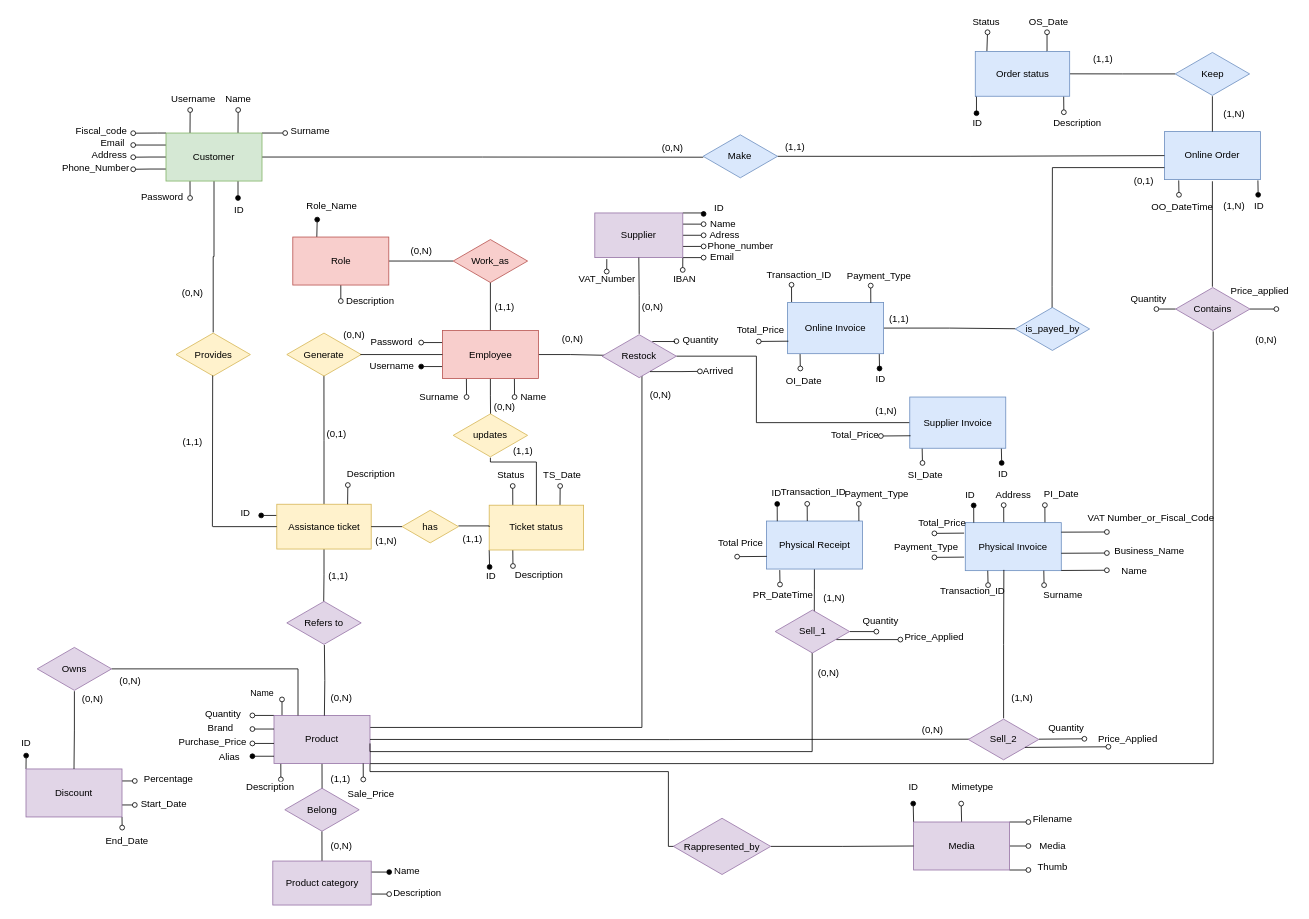
Before: Homework1/Schemas/ER_original.drawio in simonebastasin/Web-Applications-Project, a draw.io diagram. Source tidied: cells renumbered, new cells numbered last; positions are measured from the earlier drawing's top-left corner, leaving out a move shared by most shapes. Both pictures are drawn from the tidied source at 80%, with x=0, y=0 at pixel (14, 14).
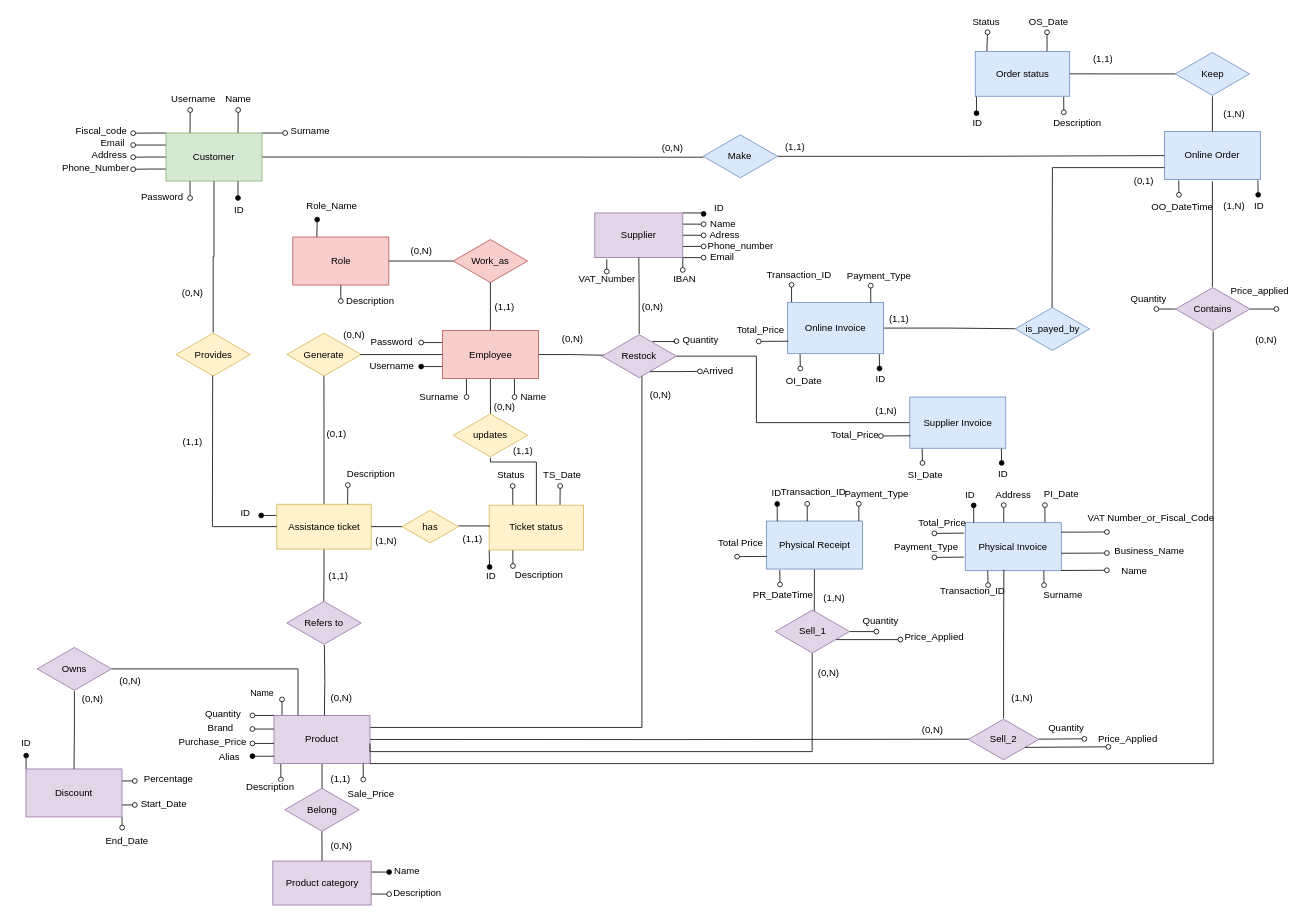
The same diagram, later.

Commit message (it also covers changes not shown here):
Restore the original version of ER and logicRs to e-team version, added features in the ER and LogicRS modified

The change refers to these unchanged cells:
```xml
<mxCell id="30" value="Product" style="rounded=0;whiteSpace=wrap;html=1;strokeColor=#9673a6;fillColor=#e1d5e7;labelBackgroundColor=none;" parent="1" vertex="1">
  <mxGeometry x="325" y="876.8" width="120" height="60" as="geometry" />
</mxCell>
```

Diff of the diagram source:
```diff
@@
-    <mxCell id="29" style="edgeStyle=orthogonalEdgeStyle;rounded=0;jettySize=auto;html=1;exitX=1;exitY=1;exitDx=0;exitDy=0;entryX=0.031;entryY=0.5;entryDx=0;entryDy=0;entryPerimeter=0;endArrow=none;endFill=0;" parent="1" edge="1" source="30" target="261">
-      <mxGeometry relative="1" as="geometry">
-        <Array as="points">
-          <mxPoint x="445" y="947" />
-          <mxPoint x="818" y="947" />
-          <mxPoint x="818" y="1040" />
-        </Array>
-      </mxGeometry>
-    </mxCell>
@@
-    <mxCell id="254" style="edgeStyle=orthogonalEdgeStyle;rounded=0;jettySize=auto;html=1;exitX=0;exitY=0;exitDx=0;exitDy=0;endArrow=oval;endFill=1;" parent="1" edge="1" source="259">
-      <mxGeometry relative="1" as="geometry">
-        <mxPoint x="1124" y="987" as="targetPoint" />
-      </mxGeometry>
-    </mxCell>
-    <mxCell id="255" style="edgeStyle=orthogonalEdgeStyle;rounded=0;jettySize=auto;html=1;exitX=0.5;exitY=0;exitDx=0;exitDy=0;endArrow=oval;endFill=0;" parent="1" edge="1" source="259">
-      <mxGeometry relative="1" as="geometry">
-        <mxPoint x="1184" y="987" as="targetPoint" />
-      </mxGeometry>
-    </mxCell>
-    <mxCell id="256" style="edgeStyle=orthogonalEdgeStyle;rounded=0;jettySize=auto;html=1;exitX=1;exitY=0;exitDx=0;exitDy=0;endArrow=oval;endFill=0;" parent="1" edge="1" source="259">
-      <mxGeometry relative="1" as="geometry">
-        <mxPoint x="1268" y="1010.1" as="targetPoint" />
-      </mxGeometry>
-    </mxCell>
-    <mxCell id="257" style="edgeStyle=orthogonalEdgeStyle;rounded=0;jettySize=auto;html=1;exitX=1;exitY=0.5;exitDx=0;exitDy=0;endArrow=oval;endFill=0;" parent="1" edge="1" source="259">
-      <mxGeometry relative="1" as="geometry">
-        <mxPoint x="1268" y="1040.1" as="targetPoint" />
-      </mxGeometry>
-    </mxCell>
-    <mxCell id="258" style="edgeStyle=orthogonalEdgeStyle;rounded=0;jettySize=auto;html=1;exitX=1;exitY=1;exitDx=0;exitDy=0;endArrow=oval;endFill=0;" parent="1" edge="1" source="259">
-      <mxGeometry relative="1" as="geometry">
-        <mxPoint x="1268" y="1070.1" as="targetPoint" />
-      </mxGeometry>
-    </mxCell>
-    <mxCell id="259" value="Media" style="rounded=0;whiteSpace=wrap;html=1;strokeColor=#9673a6;fillColor=#e1d5e7;labelBackgroundColor=none;" parent="1" vertex="1">
-      <mxGeometry x="1124.5" y="1010" width="120" height="60" as="geometry" />
-    </mxCell>
-    <mxCell id="260" style="edgeStyle=orthogonalEdgeStyle;rounded=0;jettySize=auto;html=1;entryX=0;entryY=0.5;entryDx=0;entryDy=0;endArrow=none;endFill=0;" parent="1" edge="1" source="261" target="259">
-      <mxGeometry relative="1" as="geometry" />
-    </mxCell>
-    <mxCell id="261" value="Rappresented_by" style="html=1;whiteSpace=wrap;shape=isoRectangle;strokeColor=#9673a6;fillColor=#e1d5e7;labelBackgroundColor=none;" parent="1" vertex="1">
-      <mxGeometry x="824.2" y="1004" width="121.7" height="73" as="geometry" />
-    </mxCell>
-    <mxCell id="262" value="ID" style="text;html=1;align=center;verticalAlign=middle;strokeColor=none;fillColor=none;" parent="1" vertex="1">
-      <mxGeometry x="1109.2" y="956.8" width="30" height="20" as="geometry" />
-    </mxCell>
-    <mxCell id="263" value="Mimetype" style="text;html=1;align=center;verticalAlign=middle;strokeColor=none;fillColor=none;" parent="1" vertex="1">
-      <mxGeometry x="1163" y="957" width="70" height="20" as="geometry" />
-    </mxCell>
-    <mxCell id="264" value="Filename" style="text;html=1;align=center;verticalAlign=middle;strokeColor=none;fillColor=none;" parent="1" vertex="1">
-      <mxGeometry x="1268" y="997" width="60" height="20" as="geometry" />
-    </mxCell>
-    <mxCell id="265" value="Media" style="text;html=1;align=center;verticalAlign=middle;strokeColor=none;fillColor=none;" parent="1" vertex="1">
-      <mxGeometry x="1273" y="1030" width="50" height="20" as="geometry" />
-    </mxCell>
-    <mxCell id="266" value="Thumb" style="text;html=1;align=center;verticalAlign=middle;strokeColor=none;fillColor=none;" parent="1" vertex="1">
-      <mxGeometry x="1273" y="1057" width="50" height="20" as="geometry" />
-    </mxCell>
```
